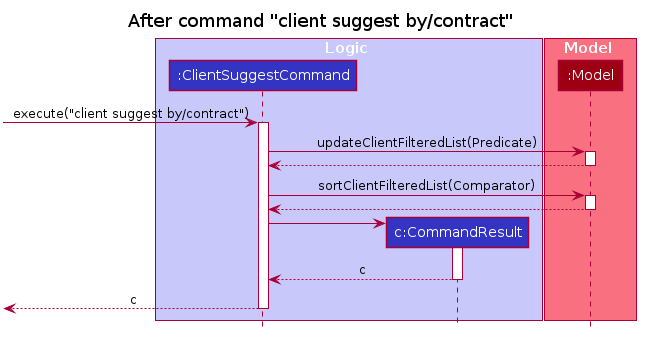
This is docs/images/SuggestSequenceDiagram.png from rtshkmr/tp, a PlantUML export, as it was before one commit.
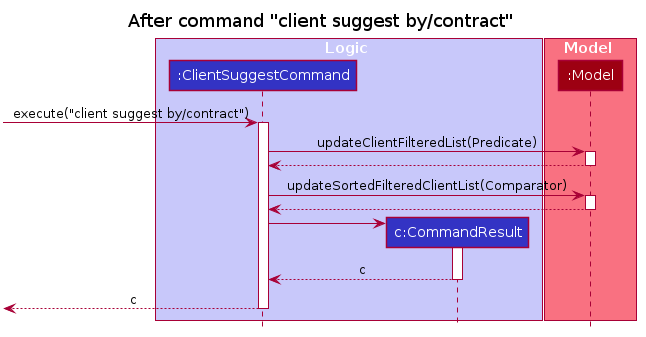
The same file after the commit.

Commit message:
Generate PNG images for PlantUML diagrams

The edit, as a diff of the source:
```diff
@@ -1,4 +1,5 @@
 @startuml
+
 
 
 
@@ -68,7 +69,7 @@
 Model --> ClientSuggestCommand
 deactivate Model
 
-ClientSuggestCommand -> Model : sortClientFilteredList(Comparator)
+ClientSuggestCommand -> Model : updateSortedFilteredClientList(Comparator)
 activate Model
 
 Model --> ClientSuggestCommand
```
